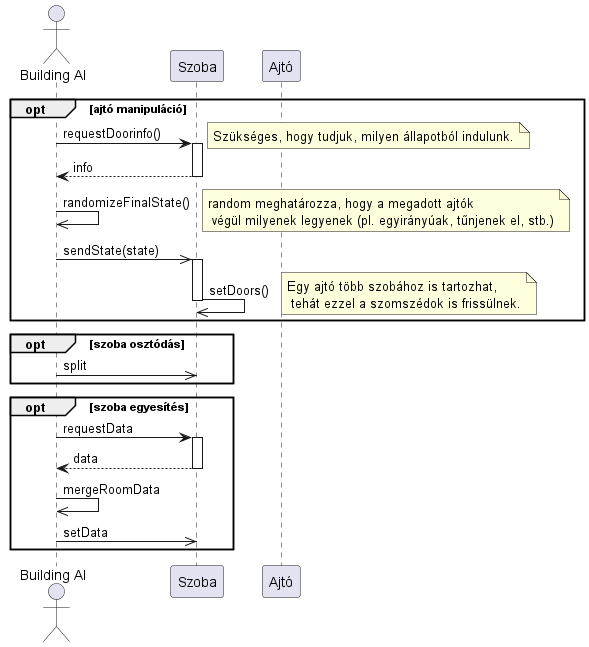
The PlantUML diagram out/diagramms/src/building_change/building_change.png in kipolaris/skyrimscriptsuttogok, before a commit.
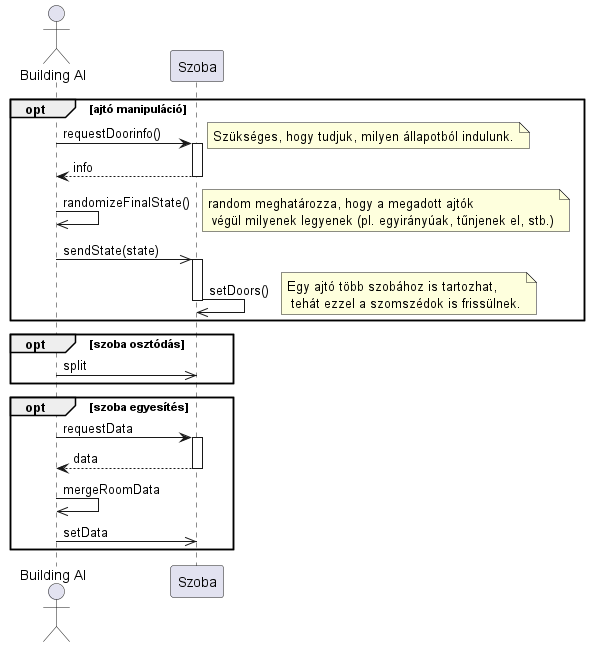
The same file after the commit.

What changed in the source:
```diff
@@ -1,7 +1,6 @@
 @startuml building_change
 actor "Building AI" as ai
 Participant Szoba as sz
-Participant Ajtó as ajt
 
 opt ajtó manipuláció
 
```
